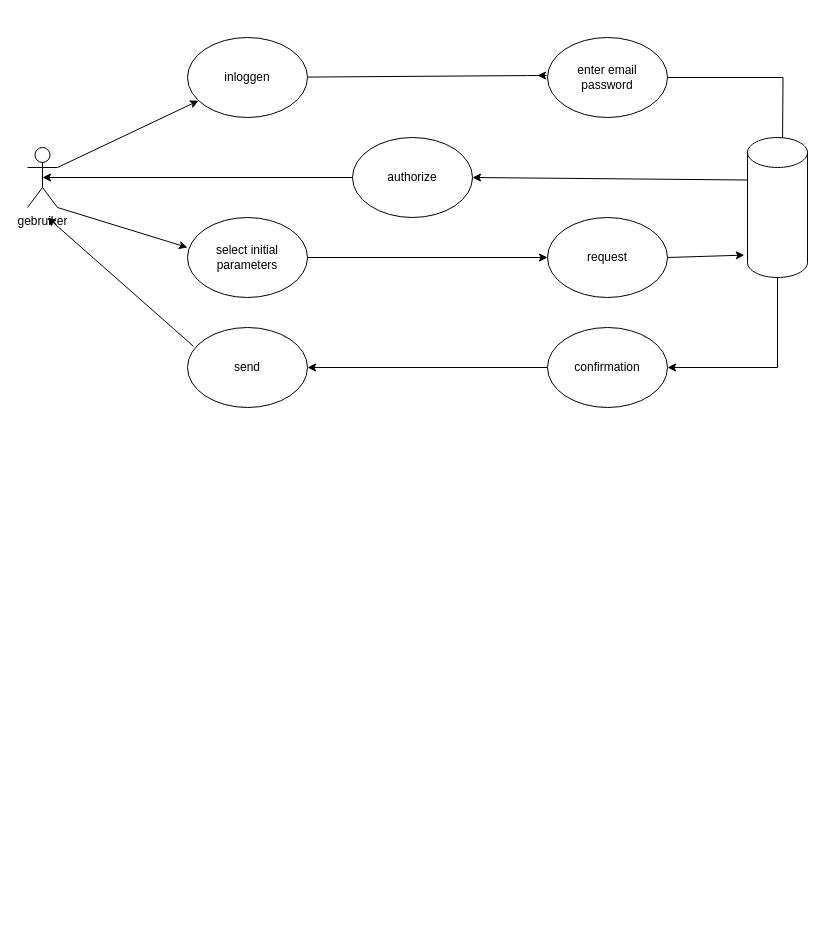
Before: Untitled Diagram.drawio in edwardwarnders/hello-world, a draw.io diagram. Source tidied: cells renumbered, new cells numbered last; positions are measured from the earlier drawing's top-left corner, leaving out a move shared by most shapes. Both pictures are drawn from the tidied source at 100%, with x=0, y=0 at pixel (27, 37).
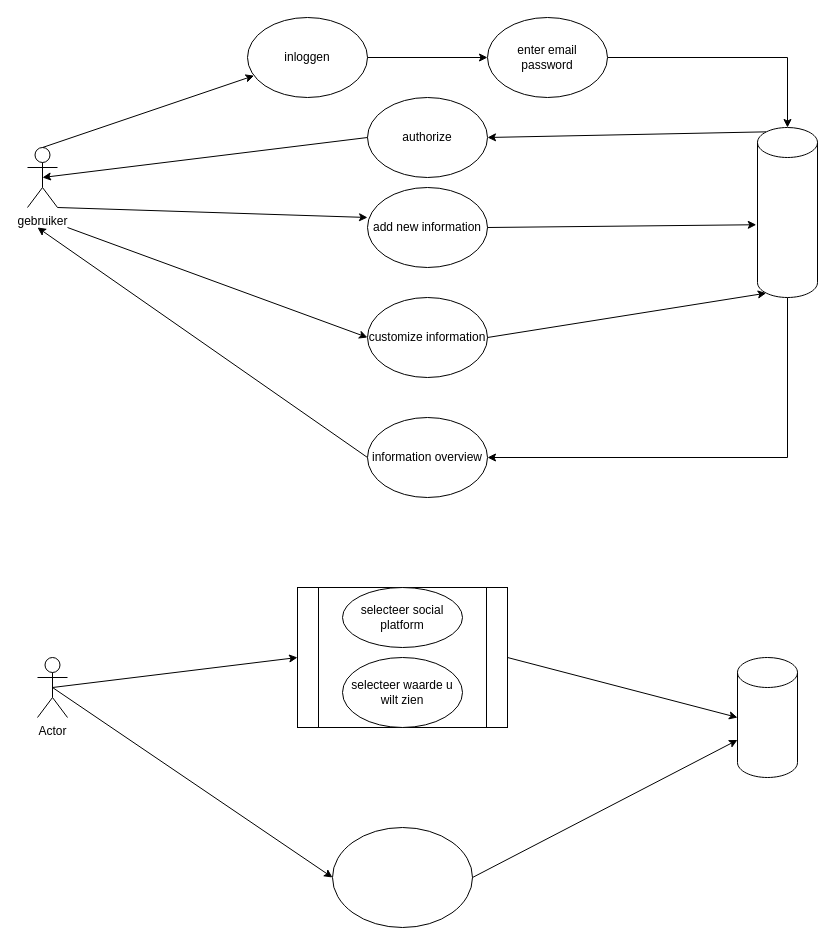
Above is the later version.

Unchanged cells that the change refers to:
```xml
<mxCell id="2" value="gebruiker&lt;br&gt;" style="shape=umlActor;verticalLabelPosition=bottom;verticalAlign=top;html=1;outlineConnect=0;" parent="1" vertex="1">
  <mxGeometry y="110" width="30" height="60" as="geometry" />
</mxCell>
```

Change to the diagram source:
```diff
@@
     <mxCell id="3" value="authorize" style="ellipse;whiteSpace=wrap;html=1;" parent="1" vertex="1">
-      <mxGeometry x="325" y="100" width="120" height="80" as="geometry" />
+      <mxGeometry x="340" y="60" width="120" height="80" as="geometry" />
     </mxCell>
     <mxCell id="4" value="inloggen" style="ellipse;whiteSpace=wrap;html=1;" parent="1" vertex="1">
-      <mxGeometry x="160" width="120" height="80" as="geometry" />
+      <mxGeometry x="220" y="-20" width="120" height="80" as="geometry" />
     </mxCell>
-    <mxCell id="5" style="edgeStyle=orthogonalEdgeStyle;rounded=0;jettySize=auto;html=1;exitX=1;exitY=0.5;exitDx=0;exitDy=0;" parent="1" edge="1" source="6">
-      <mxGeometry relative="1" as="geometry">
-        <mxPoint x="755" y="110" as="targetPoint" />
-      </mxGeometry>
+    <mxCell id="5" style="edgeStyle=orthogonalEdgeStyle;rounded=0;jettySize=auto;html=1;exitX=1;exitY=0.5;exitDx=0;exitDy=0;entryX=0.5;entryY=0;entryDx=0;entryDy=0;entryPerimeter=0;" parent="1" edge="1" source="6" target="21">
+      <mxGeometry relative="1" as="geometry" />
     </mxCell>
     <mxCell id="6" value="enter email&lt;br&gt;password" style="ellipse;whiteSpace=wrap;html=1;" parent="1" vertex="1">
-      <mxGeometry x="520" width="120" height="80" as="geometry" />
+      <mxGeometry x="460" y="-20" width="120" height="80" as="geometry" />
     </mxCell>
-    <mxCell id="7" style="endArrow=classic;html=1;exitX=1;exitY=0.3333333333333333;exitDx=0;exitDy=0;exitPerimeter=0;" parent="1" edge="1" source="2" target="4">
+    <mxCell id="7" style="endArrow=classic;html=1;exitX=0.5;exitY=0;exitDx=0;exitDy=0;exitPerimeter=0;" parent="1" edge="1" source="2" target="4">
       <mxGeometry relative="1" as="geometry" />
     </mxCell>
-    <mxCell id="8" value="select initial parameters" style="ellipse;whiteSpace=wrap;html=1;" parent="1" vertex="1">
-      <mxGeometry x="160" y="180" width="120" height="80" as="geometry" />
+    <mxCell id="8" value="add new information" style="ellipse;whiteSpace=wrap;html=1;" parent="1" vertex="1">
+      <mxGeometry x="340" y="150" width="120" height="80" as="geometry" />
     </mxCell>
-    <mxCell id="9" style="edgeStyle=orthogonalEdgeStyle;rounded=0;jettySize=auto;html=1;entryX=1;entryY=0.5;entryDx=0;entryDy=0;" parent="1" edge="1" source="10" target="14">
-      <mxGeometry relative="1" as="geometry" />
-    </mxCell>
-    <mxCell id="10" value="confirmation" style="ellipse;whiteSpace=wrap;html=1;" parent="1" vertex="1">
-      <mxGeometry x="520" y="290" width="120" height="80" as="geometry" />
-    </mxCell>
-    <mxCell id="11" style="endArrow=classic;html=1;" parent="1" edge="1" source="4">
-      <mxGeometry relative="1" as="geometry">
-        <mxPoint x="510" y="38" as="targetPoint" />
-        <Array as="points">
-          <mxPoint x="510" y="38" />
-          <mxPoint x="520" y="38" />
-        </Array>
-      </mxGeometry>
-    </mxCell>
@@
-    <mxCell id="13" style="endArrow=classic;html=1;exitX=0;exitY=0;exitDx=0;exitDy=42.5;exitPerimeter=0;entryX=1;entryY=0.5;entryDx=0;entryDy=0;" parent="1" edge="1" source="21" target="3">
+    <mxCell id="13" style="endArrow=classic;html=1;exitX=0.145;exitY=0;exitDx=0;exitDy=4.35;exitPerimeter=0;entryX=1;entryY=0.5;entryDx=0;entryDy=0;" parent="1" edge="1" source="21" target="3">
       <mxGeometry relative="1" as="geometry" />
     </mxCell>
-    <mxCell id="14" value="send" style="ellipse;whiteSpace=wrap;html=1;" parent="1" vertex="1">
-      <mxGeometry x="160" y="290" width="120" height="80" as="geometry" />
-    </mxCell>
-    <mxCell id="15" style="endArrow=classic;html=1;exitX=1;exitY=0.5;exitDx=0;exitDy=0;entryX=0;entryY=0.5;entryDx=0;entryDy=0;" parent="1" edge="1" source="8" target="17">
+    <mxCell id="15" style="endArrow=classic;html=1;exitX=1;exitY=0.5;exitDx=0;exitDy=0;entryX=-0.02;entryY=0.572;entryDx=0;entryDy=0;entryPerimeter=0;" parent="1" edge="1" source="8" target="21">
       <mxGeometry relative="1" as="geometry" />
     </mxCell>
-    <mxCell id="16" style="edgeStyle=orthogonalEdgeStyle;rounded=0;jettySize=auto;html=1;exitX=0;exitY=0.5;exitDx=0;exitDy=0;entryX=0.5;entryY=0.5;entryDx=0;entryDy=0;entryPerimeter=0;" parent="1" edge="1" source="3" target="2">
-      <mxGeometry relative="1" as="geometry" />
-    </mxCell>
-    <mxCell id="17" value="request" style="ellipse;whiteSpace=wrap;html=1;" parent="1" vertex="1">
-      <mxGeometry x="520" y="180" width="120" height="80" as="geometry" />
-    </mxCell>
-    <mxCell id="18" style="endArrow=classic;html=1;entryX=-0.053;entryY=0.84;entryDx=0;entryDy=0;entryPerimeter=0;exitX=1;exitY=0.5;exitDx=0;exitDy=0;" parent="1" edge="1" source="17" target="21">
-      <mxGeometry relative="1" as="geometry" />
-    </mxCell>
-    <mxCell id="19" style="endArrow=classic;html=1;exitX=0.05;exitY=0.235;exitDx=0;exitDy=0;exitPerimeter=0;" parent="1" edge="1" source="14">
+    <mxCell id="19" style="endArrow=classic;html=1;exitX=0;exitY=0.5;exitDx=0;exitDy=0;" parent="1" edge="1" source="33">
       <mxGeometry relative="1" as="geometry">
-        <mxPoint x="20" y="180" as="targetPoint" />
+        <mxPoint x="10" y="190" as="targetPoint" />
       </mxGeometry>
     </mxCell>
-    <mxCell id="20" style="edgeStyle=orthogonalEdgeStyle;rounded=0;jettySize=auto;html=1;exitX=0.5;exitY=1;exitDx=0;exitDy=0;exitPerimeter=0;entryX=1;entryY=0.5;entryDx=0;entryDy=0;" parent="1" edge="1" source="21" target="10">
+    <mxCell id="20" style="edgeStyle=orthogonalEdgeStyle;rounded=0;jettySize=auto;html=1;exitX=0.5;exitY=1;exitDx=0;exitDy=0;exitPerimeter=0;entryX=1;entryY=0.5;entryDx=0;entryDy=0;" parent="1" edge="1" source="21" target="33">
       <mxGeometry relative="1" as="geometry" />
     </mxCell>
     <mxCell id="21" style="shape=cylinder3;whiteSpace=wrap;html=1;boundedLbl=1;backgroundOutline=1;size=15;" parent="1" vertex="1">
-      <mxGeometry x="720" y="100" width="60" height="140" as="geometry" />
+      <mxGeometry x="730" y="90" width="60" height="170" as="geometry" />
     </mxCell>
+    <mxCell id="22" style="endArrow=classic;html=1;exitX=1;exitY=0.5;exitDx=0;exitDy=0;entryX=0;entryY=0.5;entryDx=0;entryDy=0;" parent="1" edge="1" source="4" target="6">
+      <mxGeometry relative="1" as="geometry" />
+    </mxCell>
+    <mxCell id="23" value="Actor" style="shape=umlActor;verticalLabelPosition=bottom;verticalAlign=top;html=1;outlineConnect=0;" parent="1" vertex="1">
+      <mxGeometry x="10" y="620" width="30" height="60" as="geometry" />
+    </mxCell>
+    <mxCell id="24" style="shape=cylinder3;whiteSpace=wrap;html=1;boundedLbl=1;backgroundOutline=1;size=15;" parent="1" vertex="1">
+      <mxGeometry x="710" y="620" width="60" height="120" as="geometry" />
+    </mxCell>
+    <mxCell id="25" style="shape=process;whiteSpace=wrap;html=1;backgroundOutline=1;" parent="1" vertex="1">
+      <mxGeometry x="270" y="550" width="210" height="140" as="geometry" />
+    </mxCell>
+    <mxCell id="26" value="selecteer social platform" style="ellipse;whiteSpace=wrap;html=1;" parent="1" vertex="1">
+      <mxGeometry x="315" y="550" width="120" height="60" as="geometry" />
+    </mxCell>
+    <mxCell id="27" value="selecteer waarde u wilt zien" style="ellipse;whiteSpace=wrap;html=1;" parent="1" vertex="1">
+      <mxGeometry x="315" y="620" width="120" height="70" as="geometry" />
+    </mxCell>
+    <mxCell id="28" style="endArrow=classic;html=1;entryX=0;entryY=0.5;entryDx=0;entryDy=0;exitX=0.5;exitY=0.5;exitDx=0;exitDy=0;exitPerimeter=0;" parent="1" edge="1" source="23" target="25">
+      <mxGeometry relative="1" as="geometry" />
+    </mxCell>
+    <mxCell id="29" style="endArrow=classic;html=1;entryX=0;entryY=0.5;entryDx=0;entryDy=0;entryPerimeter=0;exitX=1;exitY=0.5;exitDx=0;exitDy=0;" parent="1" edge="1" source="25" target="24">
+      <mxGeometry relative="1" as="geometry" />
+    </mxCell>
+    <mxCell id="30" style="ellipse;whiteSpace=wrap;html=1;" parent="1" vertex="1">
+      <mxGeometry x="305" y="790" width="140" height="100" as="geometry" />
+    </mxCell>
+    <mxCell id="31" style="endArrow=classic;html=1;entryX=0;entryY=0.5;entryDx=0;entryDy=0;exitX=0.5;exitY=0.5;exitDx=0;exitDy=0;exitPerimeter=0;" parent="1" edge="1" source="23" target="30">
+      <mxGeometry relative="1" as="geometry" />
+    </mxCell>
+    <mxCell id="32" style="endArrow=classic;html=1;entryX=0;entryY=0;entryDx=0;entryDy=82.5;entryPerimeter=0;exitX=1;exitY=0.5;exitDx=0;exitDy=0;" parent="1" edge="1" source="30" target="24">
+      <mxGeometry relative="1" as="geometry" />
+    </mxCell>
+    <mxCell id="33" value="information overview" style="ellipse;whiteSpace=wrap;html=1;" parent="1" vertex="1">
+      <mxGeometry x="340" y="380" width="120" height="80" as="geometry" />
+    </mxCell>
+    <mxCell id="34" value="customize information" style="ellipse;whiteSpace=wrap;html=1;" parent="1" vertex="1">
+      <mxGeometry x="340" y="260" width="120" height="80" as="geometry" />
+    </mxCell>
+    <mxCell id="35" style="endArrow=classic;html=1;entryX=0;entryY=0.5;entryDx=0;entryDy=0;" parent="1" edge="1" target="34">
+      <mxGeometry relative="1" as="geometry">
+        <mxPoint x="40" y="190" as="sourcePoint" />
+      </mxGeometry>
+    </mxCell>
+    <mxCell id="36" style="endArrow=classic;html=1;exitX=1;exitY=0.5;exitDx=0;exitDy=0;entryX=0.145;entryY=1;entryDx=0;entryDy=-4.35;entryPerimeter=0;" parent="1" edge="1" source="34" target="21">
+      <mxGeometry relative="1" as="geometry" />
+    </mxCell>
+    <mxCell id="16" style="endArrow=classic;html=1;exitX=0;exitY=0.5;exitDx=0;exitDy=0;entryX=0.5;entryY=0.5;entryDx=0;entryDy=0;entryPerimeter=0;" parent="1" edge="1" source="3" target="2">
+      <mxGeometry relative="1" as="geometry" />
+    </mxCell>
```
